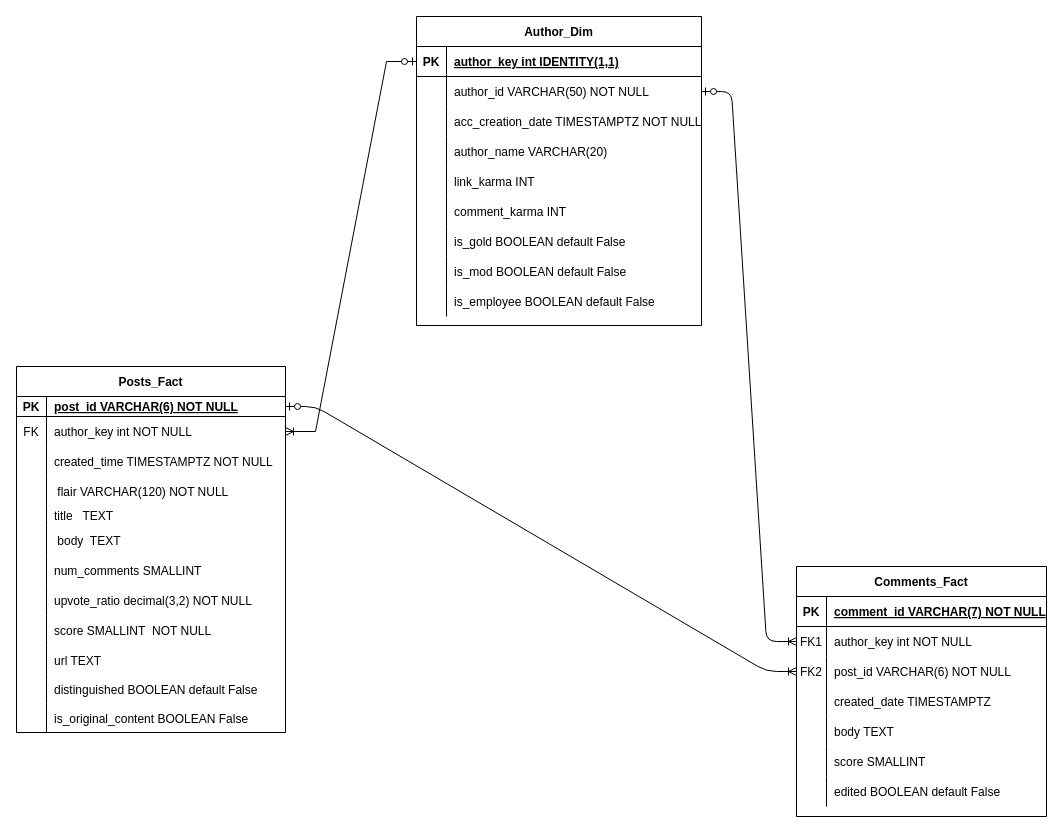
Before: Untitled Diagram.drawio in haresh-seenivasagan/singaporesub, a draw.io diagram. Source tidied: cells renumbered, new cells numbered last; positions are measured from the earlier drawing's top-left corner, leaving out a move shared by most shapes. Both pictures are drawn from the tidied source at 100%, with x=0, y=0 at pixel (16, 16).
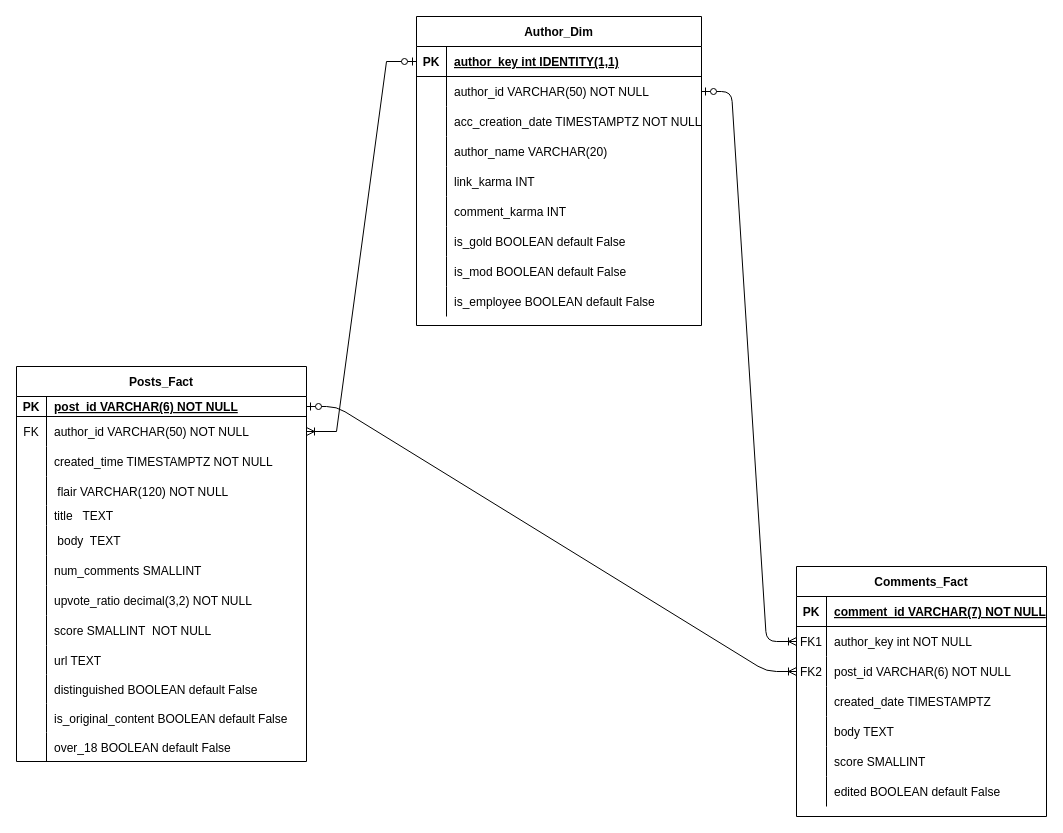
Above is the later version.

Commit message:
no more surrogate keys

Change to the diagram source:
```diff
@@
     <mxCell id="56" value="Posts_Fact" style="shape=table;startSize=30;childLayout=tableLayout;rowLines=0;fontStyle=1;align=center;" parent="1" vertex="1">
-      <mxGeometry y="350" width="269" height="366" as="geometry" />
+      <mxGeometry y="350" width="290" height="395" as="geometry" />
     </mxCell>
     <mxCell id="57" style="shape=partialRectangle;fillColor=none;points=[[0,0.5],[1,0.5]];portConstraint=eastwest;top=0;left=0;right=0;bottom=1;" parent="56" vertex="1">
-      <mxGeometry y="30" width="269" height="20" as="geometry" />
+      <mxGeometry y="30" width="290" height="20" as="geometry" />
     </mxCell>
@@
     <mxCell id="59" value="post_id VARCHAR(6) NOT NULL" style="shape=partialRectangle;overflow=hidden;fillColor=none;top=0;left=0;bottom=0;right=0;align=left;spacingLeft=6;fontStyle=5;" parent="57" vertex="1">
-      <mxGeometry x="30" width="239" height="20" as="geometry" />
+      <mxGeometry x="30" width="260" height="20" as="geometry" />
     </mxCell>
     <mxCell id="60" style="shape=partialRectangle;fillColor=none;points=[[0,0.5],[1,0.5]];portConstraint=eastwest;top=0;left=0;right=0;bottom=0;" parent="56" vertex="1">
-      <mxGeometry y="50" width="269" height="30" as="geometry" />
+      <mxGeometry y="50" width="290" height="30" as="geometry" />
     </mxCell>
@@
-    <mxCell id="62" value="author_key int NOT NULL" style="shape=partialRectangle;overflow=hidden;fillColor=none;top=0;left=0;bottom=0;right=0;align=left;spacingLeft=6;" parent="60" vertex="1">
-      <mxGeometry x="30" width="239" height="30" as="geometry" />
+    <mxCell id="62" value="author_id VARCHAR(50) NOT NULL" style="shape=partialRectangle;overflow=hidden;fillColor=none;top=0;left=0;bottom=0;right=0;align=left;spacingLeft=6;" parent="60" vertex="1">
+      <mxGeometry x="30" width="260" height="30" as="geometry" />
     </mxCell>
     <mxCell id="63" style="shape=partialRectangle;fillColor=none;top=0;left=0;right=0;bottom=0;" parent="56" vertex="1">
-      <mxGeometry y="80" width="269" height="30" as="geometry" />
+      <mxGeometry y="80" width="290" height="30" as="geometry" />
     </mxCell>
@@
     <mxCell id="65" value="created_time TIMESTAMPTZ NOT NULL" style="shape=partialRectangle;overflow=hidden;fillColor=none;top=0;left=0;bottom=0;right=0;align=left;spacingLeft=6;" parent="63" vertex="1">
-      <mxGeometry x="30" width="239" height="30" as="geometry" />
+      <mxGeometry x="30" width="260" height="30" as="geometry" />
     </mxCell>
     <mxCell id="66" style="shape=partialRectangle;fillColor=none;top=0;left=0;right=0;bottom=0;" parent="56" vertex="1">
-      <mxGeometry y="110" width="269" height="29" as="geometry" />
+      <mxGeometry y="110" width="290" height="29" as="geometry" />
     </mxCell>
@@
     <mxCell id="68" value=" flair VARCHAR(120) NOT NULL" style="shape=partialRectangle;overflow=hidden;fillColor=none;top=0;left=0;bottom=0;right=0;align=left;spacingLeft=6;" parent="66" vertex="1">
-      <mxGeometry x="30" width="239" height="29" as="geometry" />
+      <mxGeometry x="30" width="260" height="29" as="geometry" />
     </mxCell>
     <mxCell id="69" style="shape=partialRectangle;fillColor=none;top=0;left=0;right=0;bottom=0;" parent="56" vertex="1">
-      <mxGeometry y="139" width="269" height="20" as="geometry" />
+      <mxGeometry y="139" width="290" height="20" as="geometry" />
     </mxCell>
@@
     <mxCell id="71" value="title   TEXT " style="shape=partialRectangle;overflow=hidden;fillColor=none;top=0;left=0;bottom=0;right=0;align=left;spacingLeft=6;" parent="69" vertex="1">
-      <mxGeometry x="30" width="239" height="20" as="geometry" />
+      <mxGeometry x="30" width="260" height="20" as="geometry" />
     </mxCell>
     <mxCell id="72" style="shape=partialRectangle;fillColor=none;top=0;left=0;right=0;bottom=0;" parent="56" vertex="1">
-      <mxGeometry y="159" width="269" height="30" as="geometry" />
+      <mxGeometry y="159" width="290" height="30" as="geometry" />
     </mxCell>
@@
     <mxCell id="74" value=" body  TEXT" style="shape=partialRectangle;overflow=hidden;fillColor=none;top=0;left=0;bottom=0;right=0;align=left;spacingLeft=6;" parent="72" vertex="1">
-      <mxGeometry x="30" width="239" height="30" as="geometry" />
+      <mxGeometry x="30" width="260" height="30" as="geometry" />
     </mxCell>
     <mxCell id="75" style="shape=partialRectangle;fillColor=none;top=0;left=0;right=0;bottom=0;" parent="56" vertex="1">
-      <mxGeometry y="189" width="269" height="30" as="geometry" />
+      <mxGeometry y="189" width="290" height="30" as="geometry" />
     </mxCell>
@@
     <mxCell id="77" value="num_comments SMALLINT    " style="shape=partialRectangle;overflow=hidden;fillColor=none;top=0;left=0;bottom=0;right=0;align=left;spacingLeft=6;" parent="75" vertex="1">
-      <mxGeometry x="30" width="239" height="30" as="geometry" />
+      <mxGeometry x="30" width="260" height="30" as="geometry" />
     </mxCell>
     <mxCell id="78" style="shape=partialRectangle;fillColor=none;top=0;left=0;right=0;bottom=0;" parent="56" vertex="1">
-      <mxGeometry y="219" width="269" height="30" as="geometry" />
+      <mxGeometry y="219" width="290" height="30" as="geometry" />
     </mxCell>
@@
     <mxCell id="80" value="upvote_ratio decimal(3,2) NOT NULL" style="shape=partialRectangle;overflow=hidden;fillColor=none;top=0;left=0;bottom=0;right=0;align=left;spacingLeft=6;" parent="78" vertex="1">
-      <mxGeometry x="30" width="239" height="30" as="geometry" />
+      <mxGeometry x="30" width="260" height="30" as="geometry" />
     </mxCell>
     <mxCell id="81" style="shape=partialRectangle;fillColor=none;top=0;left=0;right=0;bottom=0;" parent="56" vertex="1">
-      <mxGeometry y="249" width="269" height="30" as="geometry" />
+      <mxGeometry y="249" width="290" height="30" as="geometry" />
     </mxCell>
@@
     <mxCell id="83" value="score SMALLINT  NOT NULL" style="shape=partialRectangle;overflow=hidden;fillColor=none;top=0;left=0;bottom=0;right=0;align=left;spacingLeft=6;" parent="81" vertex="1">
-      <mxGeometry x="30" width="239" height="30" as="geometry" />
+      <mxGeometry x="30" width="260" height="30" as="geometry" />
     </mxCell>
     <mxCell id="84" style="shape=partialRectangle;fillColor=none;top=0;left=0;right=0;bottom=0;" parent="56" vertex="1">
-      <mxGeometry y="279" width="269" height="29" as="geometry" />
+      <mxGeometry y="279" width="290" height="29" as="geometry" />
     </mxCell>
@@
     <mxCell id="86" value="url TEXT" style="shape=partialRectangle;overflow=hidden;fillColor=none;top=0;left=0;bottom=0;right=0;align=left;spacingLeft=6;" parent="84" vertex="1">
-      <mxGeometry x="30" width="239" height="29" as="geometry" />
+      <mxGeometry x="30" width="260" height="29" as="geometry" />
     </mxCell>
     <mxCell id="87" style="shape=partialRectangle;fillColor=none;top=0;left=0;right=0;bottom=0;" parent="56" vertex="1">
-      <mxGeometry y="308" width="269" height="29" as="geometry" />
+      <mxGeometry y="308" width="290" height="29" as="geometry" />
     </mxCell>
@@
     <mxCell id="89" value="distinguished BOOLEAN default False" style="shape=partialRectangle;overflow=hidden;fillColor=none;top=0;left=0;bottom=0;right=0;align=left;spacingLeft=6;" parent="87" vertex="1">
-      <mxGeometry x="30" width="239" height="29" as="geometry" />
+      <mxGeometry x="30" width="260" height="29" as="geometry" />
     </mxCell>
     <mxCell id="90" style="shape=partialRectangle;fillColor=none;top=0;left=0;right=0;bottom=0;" parent="56" vertex="1">
-      <mxGeometry y="337" width="269" height="29" as="geometry" />
+      <mxGeometry y="337" width="290" height="29" as="geometry" />
     </mxCell>
@@
-    <mxCell id="92" value="is_original_content BOOLEAN False" style="shape=partialRectangle;overflow=hidden;fillColor=none;top=0;left=0;bottom=0;right=0;align=left;spacingLeft=6;" parent="90" vertex="1">
-      <mxGeometry x="30" width="239" height="29" as="geometry" />
+    <mxCell id="92" value="is_original_content BOOLEAN default False" style="shape=partialRectangle;overflow=hidden;fillColor=none;top=0;left=0;bottom=0;right=0;align=left;spacingLeft=6;" parent="90" vertex="1">
+      <mxGeometry x="30" width="260" height="29" as="geometry" />
     </mxCell>
+    <mxCell id="94" style="shape=partialRectangle;fillColor=none;top=0;left=0;right=0;bottom=0;" parent="56" vertex="1">
+      <mxGeometry y="366" width="290" height="29" as="geometry" />
+    </mxCell>
+    <mxCell id="95" style="shape=partialRectangle;overflow=hidden;fillColor=none;top=0;left=0;bottom=0;right=0;" parent="94" vertex="1">
+      <mxGeometry width="30" height="29" as="geometry" />
+    </mxCell>
+    <mxCell id="96" value="over_18 BOOLEAN default False" style="shape=partialRectangle;overflow=hidden;fillColor=none;top=0;left=0;bottom=0;right=0;align=left;spacingLeft=6;" parent="94" vertex="1">
+      <mxGeometry x="30" width="260" height="29" as="geometry" />
+    </mxCell>
```
